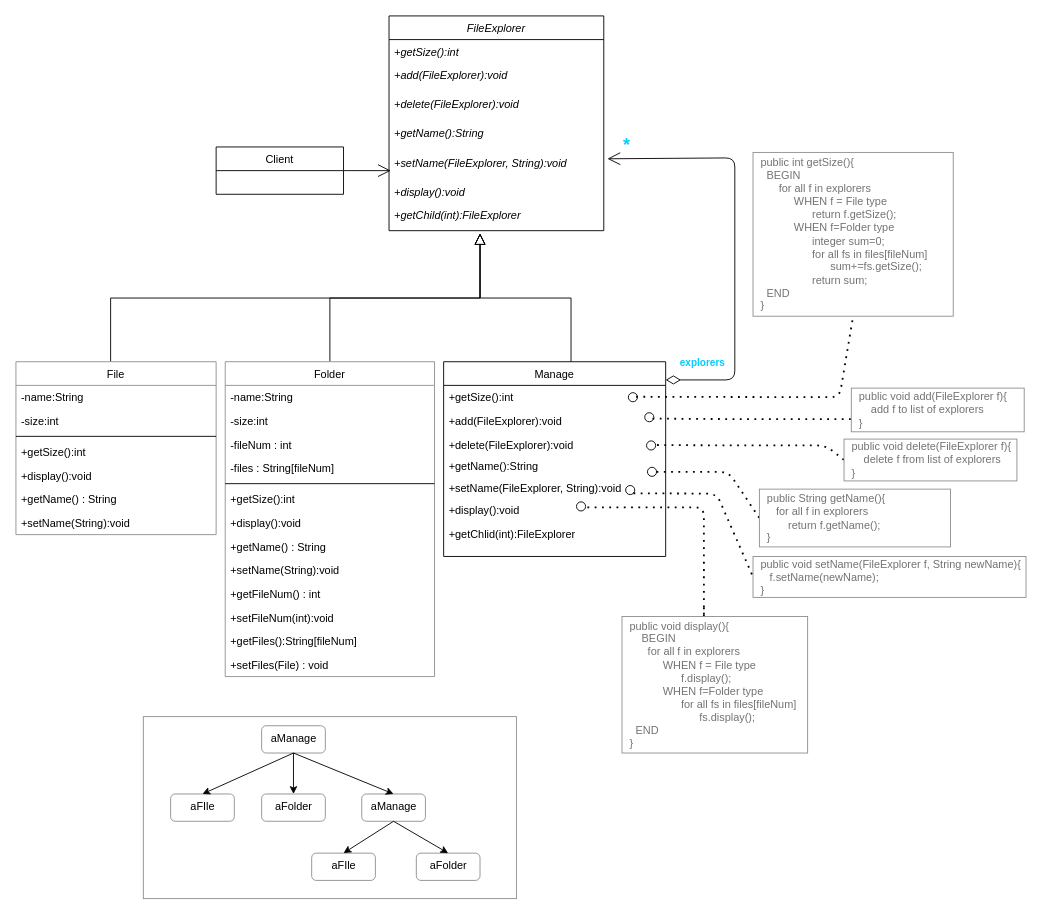
tlfzgjadyd/SoftwareAnalysisDesign keeps this draw.io diagram as CompositePattern.drawio. Above is the earlier version. Source tidied: cells renumbered, new cells numbered last; positions are measured from the earlier drawing's top-left corner, leaving out a move shared by most shapes. Both pictures are drawn from the tidied source at 91%, with x=0, y=0 at pixel (15, 15).
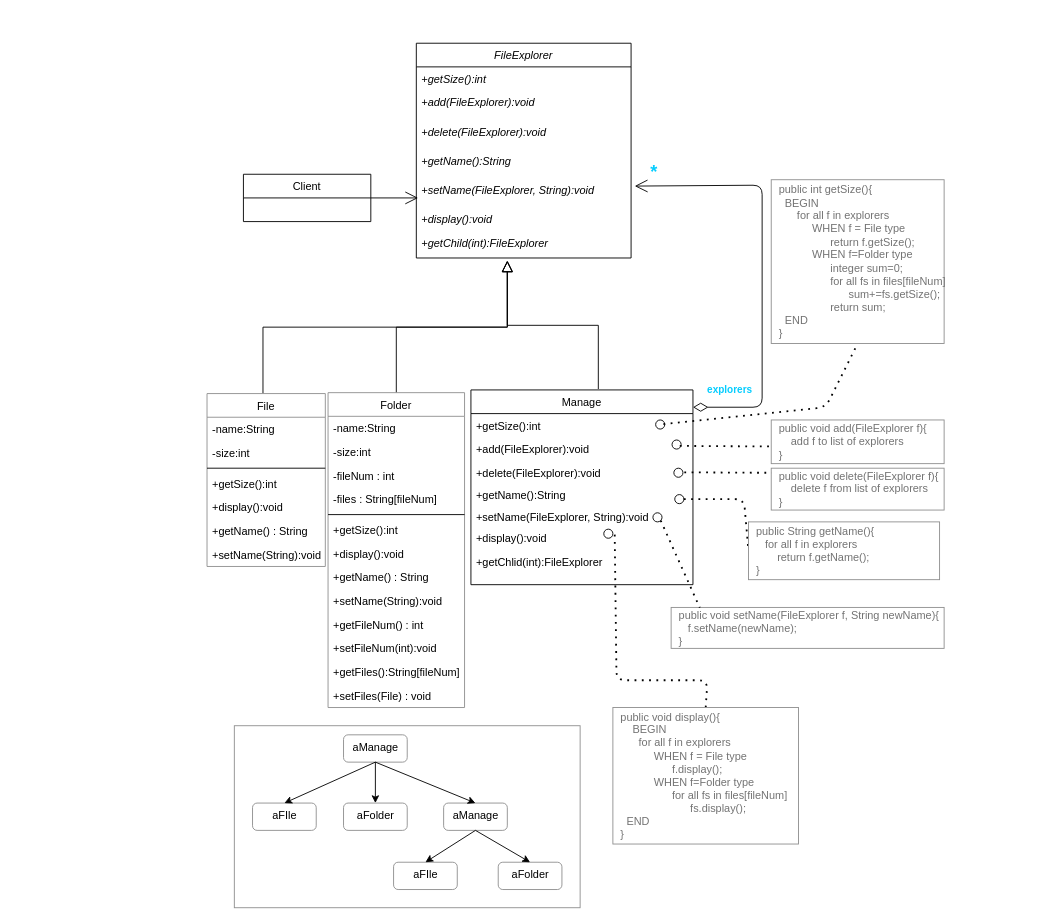
Above is the later version.

Unchanged cells that the change refers to:
```xml
<mxCell id="10" value="+setName(FileExplorer, String):void" style="text;strokeColor=none;fillColor=none;align=left;verticalAlign=top;spacingLeft=4;spacingRight=4;overflow=hidden;points=[[0,0.5],[1,0.5]];portConstraint=eastwest;fontStyle=2;" parent="5" vertex="1">
  <mxGeometry y="148" width="236" height="32" as="geometry" />
</mxCell>
```

What changed in the source:
```diff
@@
     <mxCell id="2" style="endArrow=block;endSize=10;endFill=0;shadow=0;strokeWidth=1;rounded=0;edgeStyle=elbowEdgeStyle;elbow=vertical;" parent="1" edge="1" source="37">
       <mxGeometry relative="1" as="geometry">
-        <mxPoint x="510" y="239" as="targetPoint" />
+        <mxPoint x="540" y="269" as="targetPoint" />
       </mxGeometry>
     </mxCell>
     <mxCell id="3" style="endArrow=block;endSize=10;endFill=0;shadow=0;strokeWidth=1;rounded=0;edgeStyle=elbowEdgeStyle;elbow=vertical;" parent="1" edge="1">
       <mxGeometry relative="1" as="geometry">
-        <mxPoint x="610" y="380" as="sourcePoint" />
-        <mxPoint x="510" y="239" as="targetPoint" />
+        <mxPoint x="640" y="410" as="sourcePoint" />
+        <mxPoint x="540" y="269" as="targetPoint" />
       </mxGeometry>
     </mxCell>
     <mxCell id="4" value="Client" style="swimlane;fontStyle=0;horizontal=1;startSize=26;fillColor=none;" parent="1" vertex="1">
-      <mxGeometry x="220" y="144" width="140" height="52" as="geometry" />
+      <mxGeometry x="250" y="174" width="140" height="52" as="geometry" />
     </mxCell>
     <mxCell id="5" value="FileExplorer" style="swimlane;fontStyle=2;horizontal=1;startSize=26;fillColor=none;" parent="1" vertex="1">
-      <mxGeometry x="410" width="236" height="236" as="geometry" />
+      <mxGeometry x="440" y="30" width="236" height="236" as="geometry" />
     </mxCell>
@@
     <mxCell id="13" style="endArrow=open;endFill=1;endSize=12;html=1;exitX=1;exitY=0.5;exitDx=0;exitDy=0;" parent="1" edge="1" source="4">
       <mxGeometry relative="1" as="geometry">
-        <mxPoint x="412" y="170" as="targetPoint" />
+        <mxPoint x="442" y="200" as="targetPoint" />
       </mxGeometry>
     </mxCell>
     <mxCell id="14" value="Manage" style="swimlane;fontStyle=0;horizontal=1;startSize=26;fillColor=none;" parent="1" vertex="1">
-      <mxGeometry x="470" y="380" width="244" height="214" as="geometry" />
+      <mxGeometry x="500" y="411" width="244" height="214" as="geometry" />
     </mxCell>
@@
     <mxCell id="22" value="&lt;font color=&quot;#05cdff&quot;&gt;&lt;b&gt;explorers&lt;/b&gt;&lt;/font&gt;" style="endArrow=open;html=1;endSize=12;startArrow=diamondThin;startSize=14;startFill=0;edgeStyle=orthogonalEdgeStyle;align=left;verticalAlign=bottom;entryX=1.017;entryY=0.281;entryDx=0;entryDy=0;entryPerimeter=0;" parent="1" edge="1" target="10">
       <mxGeometry x="-0.94" y="10" relative="1" as="geometry">
-        <mxPoint x="714" y="400" as="sourcePoint" />
+        <mxPoint x="744" y="430" as="sourcePoint" />
         <Array as="points">
-          <mxPoint x="790" y="400" />
-          <mxPoint x="790" y="156" />
+          <mxPoint x="820" y="430" />
+          <mxPoint x="820" y="186" />
         </Array>
       </mxGeometry>
     </mxCell>
@@
     <mxCell id="24" style="ellipse;fillColor=#ffffff;strokeColor=#000000;" parent="1" vertex="1">
-      <mxGeometry x="673" y="414" width="10" height="10" as="geometry" />
+      <mxGeometry x="703" y="444" width="10" height="10" as="geometry" />
     </mxCell>
     <mxCell id="25" style="endArrow=none;dashed=1;html=1;dashPattern=1 3;strokeWidth=2;exitX=1;exitY=1;exitDx=0;exitDy=0;entryX=0.5;entryY=1;entryDx=0;entryDy=0;" parent="1" edge="1" target="26">
       <mxGeometry relative="1" as="geometry">
-        <mxPoint x="681.5" y="418.5" as="sourcePoint" />
+        <mxPoint x="711.5" y="448.5" as="sourcePoint" />
         <Array as="points">
-          <mxPoint x="905" y="419" />
+          <mxPoint x="890" y="430" />
         </Array>
       </mxGeometry>
     </mxCell>
     <mxCell id="26" value="&lt;font color=&quot;#737373&quot;&gt;&amp;nbsp; public int getSize(){&lt;br&gt;&amp;nbsp; &amp;nbsp; BEGIN&lt;br&gt;&amp;nbsp; &amp;nbsp; &amp;nbsp; &amp;nbsp;&amp;nbsp;&lt;/font&gt;&lt;span style=&quot;color: rgb(115 , 115 , 115)&quot;&gt;for all f in explorers&lt;/span&gt;&lt;font color=&quot;#737373&quot;&gt;&lt;br&gt;&amp;nbsp; &amp;nbsp; &amp;nbsp; &amp;nbsp; &amp;nbsp; &amp;nbsp; &amp;nbsp;WHEN f = File type&lt;br&gt;&amp;nbsp; &amp;nbsp; &amp;nbsp; &amp;nbsp; &amp;nbsp; &amp;nbsp; &amp;nbsp; &amp;nbsp; &amp;nbsp; &amp;nbsp;return f.getSize();&lt;br&gt;&amp;nbsp; &amp;nbsp; &amp;nbsp; &amp;nbsp; &amp;nbsp; &amp;nbsp; &amp;nbsp;WHEN f=Folder type&lt;br&gt;&amp;nbsp; &amp;nbsp; &amp;nbsp; &amp;nbsp; &amp;nbsp; &amp;nbsp; &amp;nbsp; &amp;nbsp; &amp;nbsp; &amp;nbsp;integer sum=0;&amp;nbsp;&lt;br&gt;&amp;nbsp; &amp;nbsp; &amp;nbsp; &amp;nbsp; &amp;nbsp; &amp;nbsp; &amp;nbsp; &amp;nbsp; &amp;nbsp; &amp;nbsp;for all fs in files[fileNum]&lt;br&gt;&amp;nbsp; &amp;nbsp; &amp;nbsp; &amp;nbsp; &amp;nbsp; &amp;nbsp; &amp;nbsp; &amp;nbsp; &amp;nbsp; &amp;nbsp; &amp;nbsp; &amp;nbsp; &amp;nbsp;sum+=fs.getSize();&lt;br&gt;&amp;nbsp; &amp;nbsp; &amp;nbsp; &amp;nbsp; &amp;nbsp; &amp;nbsp; &amp;nbsp; &amp;nbsp; &amp;nbsp; &amp;nbsp;return sum;&lt;br&gt;&amp;nbsp; &amp;nbsp; END&lt;br&gt;&amp;nbsp; }&lt;/font&gt;" style="html=1;align=left;strokeColor=#8F8F8F;" parent="1" vertex="1">
-      <mxGeometry x="810" y="150" width="220" height="180" as="geometry" />
+      <mxGeometry x="830" y="180" width="190" height="180" as="geometry" />
     </mxCell>
     <mxCell id="27" style="endArrow=block;endSize=10;endFill=0;shadow=0;strokeWidth=1;rounded=0;edgeStyle=elbowEdgeStyle;elbow=vertical;exitX=0.473;exitY=0;exitDx=0;exitDy=0;exitPerimeter=0;" parent="1" edge="1" source="29">
       <mxGeometry relative="1" as="geometry">
-        <mxPoint x="510" y="239" as="targetPoint" />
+        <mxPoint x="540" y="269" as="targetPoint" />
       </mxGeometry>
     </mxCell>
     <mxCell id="28" style="html=1;strokeColor=#8F8F8F;fontSize=20;fontColor=#05CDFF;" parent="1" vertex="1">
-      <mxGeometry x="140" y="770" width="410" height="200" as="geometry" />
+      <mxGeometry x="240" y="780" width="380" height="200" as="geometry" />
     </mxCell>
     <mxCell id="29" value="File" style="swimlane;fontStyle=0;align=center;verticalAlign=top;horizontal=1;startSize=26;strokeColor=#8F8F8F;fontSize=12;" parent="1" vertex="1">
-      <mxGeometry y="380" width="220" height="190" as="geometry" />
+      <mxGeometry x="210" y="415" width="130" height="190" as="geometry" />
     </mxCell>
     <mxCell id="30" value="-name:String" style="text;strokeColor=none;fillColor=none;align=left;verticalAlign=top;spacingLeft=4;spacingRight=4;overflow=hidden;" parent="29" vertex="1">
-      <mxGeometry y="26" width="220" height="26" as="geometry" />
+      <mxGeometry y="26" width="130" height="26" as="geometry" />
     </mxCell>
     <mxCell id="31" value="-size:int" style="text;strokeColor=none;fillColor=none;align=left;verticalAlign=top;spacingLeft=4;spacingRight=4;overflow=hidden;" parent="29" vertex="1">
-      <mxGeometry y="52" width="220" height="26" as="geometry" />
+      <mxGeometry y="52" width="130" height="26" as="geometry" />
     </mxCell>
     <mxCell id="32" style="line;strokeWidth=1;fillColor=none;align=left;verticalAlign=middle;spacingTop=-1;spacingLeft=3;spacingRight=3;labelPosition=right;" parent="29" vertex="1">
-      <mxGeometry y="78" width="220" height="8" as="geometry" />
+      <mxGeometry y="78" width="130" height="8" as="geometry" />
     </mxCell>
     <mxCell id="33" value="+getSize():int" style="text;strokeColor=none;fillColor=none;align=left;verticalAlign=top;spacingLeft=4;spacingRight=4;overflow=hidden;" parent="29" vertex="1">
-      <mxGeometry y="86" width="220" height="26" as="geometry" />
+      <mxGeometry y="86" width="130" height="26" as="geometry" />
     </mxCell>
     <mxCell id="34" value="+display():void" style="text;strokeColor=none;fillColor=none;align=left;verticalAlign=top;spacingLeft=4;spacingRight=4;overflow=hidden;" parent="29" vertex="1">
-      <mxGeometry y="112" width="220" height="26" as="geometry" />
+      <mxGeometry y="112" width="130" height="26" as="geometry" />
     </mxCell>
     <mxCell id="35" value="+getName() : String" style="text;strokeColor=none;fillColor=none;align=left;verticalAlign=top;spacingLeft=4;spacingRight=4;overflow=hidden;" parent="29" vertex="1">
-      <mxGeometry y="138" width="220" height="26" as="geometry" />
+      <mxGeometry y="138" width="130" height="26" as="geometry" />
     </mxCell>
     <mxCell id="36" value="+setName(String):void" style="text;strokeColor=none;fillColor=none;align=left;verticalAlign=top;spacingLeft=4;spacingRight=4;overflow=hidden;" parent="29" vertex="1">
-      <mxGeometry y="164" width="220" height="26" as="geometry" />
+      <mxGeometry y="164" width="130" height="26" as="geometry" />
     </mxCell>
     <mxCell id="37" value="Folder" style="swimlane;fontStyle=0;align=center;verticalAlign=top;horizontal=1;startSize=26;strokeColor=#8F8F8F;fontSize=12;" parent="1" vertex="1">
-      <mxGeometry x="230" y="380" width="230" height="346" as="geometry" />
+      <mxGeometry x="343" y="414" width="150" height="346" as="geometry" />
     </mxCell>
     <mxCell id="38" value="-name:String" style="text;strokeColor=none;fillColor=none;align=left;verticalAlign=top;spacingLeft=4;spacingRight=4;overflow=hidden;" parent="37" vertex="1">
-      <mxGeometry y="26" width="230" height="26" as="geometry" />
+      <mxGeometry y="26" width="150" height="26" as="geometry" />
     </mxCell>
     <mxCell id="39" value="-size:int" style="text;strokeColor=none;fillColor=none;align=left;verticalAlign=top;spacingLeft=4;spacingRight=4;overflow=hidden;" parent="37" vertex="1">
-      <mxGeometry y="52" width="230" height="26" as="geometry" />
+      <mxGeometry y="52" width="150" height="26" as="geometry" />
     </mxCell>
     <mxCell id="40" value="-fileNum : int" style="text;strokeColor=none;fillColor=none;align=left;verticalAlign=top;spacingLeft=4;spacingRight=4;overflow=hidden;" parent="37" vertex="1">
-      <mxGeometry y="78" width="230" height="26" as="geometry" />
+      <mxGeometry y="78" width="150" height="26" as="geometry" />
     </mxCell>
     <mxCell id="41" value="-files : String[fileNum]" style="text;strokeColor=none;fillColor=none;align=left;verticalAlign=top;spacingLeft=4;spacingRight=4;overflow=hidden;" parent="37" vertex="1">
-      <mxGeometry y="104" width="230" height="26" as="geometry" />
+      <mxGeometry y="104" width="150" height="26" as="geometry" />
     </mxCell>
     <mxCell id="42" style="line;strokeWidth=1;fillColor=none;align=left;verticalAlign=middle;spacingTop=-1;spacingLeft=3;spacingRight=3;labelPosition=right;" parent="37" vertex="1">
-      <mxGeometry y="130" width="230" height="8" as="geometry" />
+      <mxGeometry y="130" width="150" height="8" as="geometry" />
     </mxCell>
     <mxCell id="43" value="+getSize():int" style="text;strokeColor=none;fillColor=none;align=left;verticalAlign=top;spacingLeft=4;spacingRight=4;overflow=hidden;" parent="37" vertex="1">
-      <mxGeometry y="138" width="230" height="26" as="geometry" />
+      <mxGeometry y="138" width="150" height="26" as="geometry" />
     </mxCell>
     <mxCell id="44" value="+display():void" style="text;strokeColor=none;fillColor=none;align=left;verticalAlign=top;spacingLeft=4;spacingRight=4;overflow=hidden;" parent="37" vertex="1">
-      <mxGeometry y="164" width="230" height="26" as="geometry" />
+      <mxGeometry y="164" width="150" height="26" as="geometry" />
     </mxCell>
     <mxCell id="45" value="+getName() : String" style="text;strokeColor=none;fillColor=none;align=left;verticalAlign=top;spacingLeft=4;spacingRight=4;overflow=hidden;" parent="37" vertex="1">
-      <mxGeometry y="190" width="230" height="26" as="geometry" />
+      <mxGeometry y="190" width="150" height="26" as="geometry" />
     </mxCell>
     <mxCell id="46" value="+setName(String):void" style="text;strokeColor=none;fillColor=none;align=left;verticalAlign=top;spacingLeft=4;spacingRight=4;overflow=hidden;" parent="37" vertex="1">
-      <mxGeometry y="216" width="230" height="26" as="geometry" />
+      <mxGeometry y="216" width="150" height="26" as="geometry" />
     </mxCell>
     <mxCell id="47" value="+getFileNum() : int" style="text;strokeColor=none;fillColor=none;align=left;verticalAlign=top;spacingLeft=4;spacingRight=4;overflow=hidden;" parent="37" vertex="1">
-      <mxGeometry y="242" width="230" height="26" as="geometry" />
+      <mxGeometry y="242" width="150" height="26" as="geometry" />
     </mxCell>
     <mxCell id="48" value="+setFileNum(int):void" style="text;strokeColor=none;fillColor=none;align=left;verticalAlign=top;spacingLeft=4;spacingRight=4;overflow=hidden;" parent="37" vertex="1">
-      <mxGeometry y="268" width="230" height="26" as="geometry" />
+      <mxGeometry y="268" width="150" height="26" as="geometry" />
     </mxCell>
     <mxCell id="49" value="+getFiles():String[fileNum]" style="text;strokeColor=none;fillColor=none;align=left;verticalAlign=top;spacingLeft=4;spacingRight=4;overflow=hidden;" parent="37" vertex="1">
-      <mxGeometry y="294" width="230" height="26" as="geometry" />
+      <mxGeometry y="294" width="150" height="26" as="geometry" />
     </mxCell>
     <mxCell id="50" value="+setFiles(File) : void" style="text;strokeColor=none;fillColor=none;align=left;verticalAlign=top;spacingLeft=4;spacingRight=4;overflow=hidden;" parent="37" vertex="1">
-      <mxGeometry y="320" width="230" height="26" as="geometry" />
+      <mxGeometry y="320" width="150" height="26" as="geometry" />
     </mxCell>
     <mxCell id="51" style="ellipse;fillColor=#ffffff;strokeColor=#000000;" parent="1" vertex="1">
-      <mxGeometry x="691" y="436" width="10" height="10" as="geometry" />
+      <mxGeometry x="721" y="466" width="10" height="10" as="geometry" />
     </mxCell>
     <mxCell id="52" style="endArrow=none;dashed=1;html=1;dashPattern=1 3;strokeWidth=2;exitX=1;exitY=1;exitDx=0;exitDy=0;entryX=0;entryY=0.5;entryDx=0;entryDy=0;" parent="1" edge="1" target="53">
       <mxGeometry relative="1" as="geometry">
-        <mxPoint x="699.5" y="442.5" as="sourcePoint" />
+        <mxPoint x="729.5" y="472.5" as="sourcePoint" />
         <Array as="points">
-          <mxPoint x="778" y="443" />
-          <mxPoint x="934" y="443" />
+          <mxPoint x="808" y="473" />
+          <mxPoint x="964" y="473" />
         </Array>
       </mxGeometry>
     </mxCell>
     <mxCell id="53" value="&lt;font color=&quot;#737373&quot;&gt;&amp;nbsp; public void add(FileExplorer f){&lt;br&gt;&amp;nbsp; &amp;nbsp; &amp;nbsp; add f to list of explorers&lt;br&gt;&amp;nbsp; }&lt;/font&gt;" style="html=1;align=left;strokeColor=#8F8F8F;" parent="1" vertex="1">
-      <mxGeometry x="918" y="409" width="190" height="48" as="geometry" />
+      <mxGeometry x="830" y="444" width="190" height="48" as="geometry" />
     </mxCell>
     <mxCell id="54" style="ellipse;fillColor=#ffffff;strokeColor=#000000;" parent="1" vertex="1">
-      <mxGeometry x="693" y="467" width="10" height="10" as="geometry" />
+      <mxGeometry x="723" y="497" width="10" height="10" as="geometry" />
     </mxCell>
     <mxCell id="55" style="endArrow=none;dashed=1;html=1;dashPattern=1 3;strokeWidth=2;exitX=1;exitY=1;exitDx=0;exitDy=0;entryX=0;entryY=0.5;entryDx=0;entryDy=0;" parent="1" edge="1" target="56">
       <mxGeometry relative="1" as="geometry">
-        <mxPoint x="704.5" y="471.5" as="sourcePoint" />
+        <mxPoint x="734.5" y="501.5" as="sourcePoint" />
         <Array as="points">
-          <mxPoint x="783" y="472" />
-          <mxPoint x="890" y="472" />
+          <mxPoint x="813" y="502" />
+          <mxPoint x="920" y="502" />
         </Array>
       </mxGeometry>
     </mxCell>
     <mxCell id="56" value="&lt;font color=&quot;#737373&quot;&gt;&amp;nbsp; public void delete(&lt;/font&gt;&lt;span style=&quot;color: rgb(115 , 115 , 115)&quot;&gt;FileExplorer&lt;/span&gt;&lt;font color=&quot;#737373&quot;&gt;&amp;nbsp;f){&lt;br&gt;&amp;nbsp; &amp;nbsp; &amp;nbsp; delete f from list of explorers&lt;br&gt;&amp;nbsp; }&lt;/font&gt;" style="html=1;align=left;strokeColor=#8F8F8F;" parent="1" vertex="1">
-      <mxGeometry x="910" y="465" width="190" height="46" as="geometry" />
+      <mxGeometry x="830" y="497" width="190" height="46" as="geometry" />
     </mxCell>
     <mxCell id="57" style="ellipse;fillColor=#ffffff;strokeColor=#000000;" parent="1" vertex="1">
-      <mxGeometry x="694" y="496" width="10" height="10" as="geometry" />
+      <mxGeometry x="724" y="526" width="10" height="10" as="geometry" />
     </mxCell>
     <mxCell id="58" style="endArrow=none;dashed=1;html=1;dashPattern=1 3;strokeWidth=2;exitX=1;exitY=0.5;exitDx=0;exitDy=0;entryX=0;entryY=0.5;entryDx=0;entryDy=0;" parent="1" edge="1" source="57" target="64">
       <mxGeometry relative="1" as="geometry">
         <Array as="points">
-          <mxPoint x="783" y="501" />
+          <mxPoint x="800" y="531" />
         </Array>
       </mxGeometry>
     </mxCell>
     <mxCell id="59" value="&lt;font color=&quot;#737373&quot;&gt;&amp;nbsp; public void setName(FileExplorer f,&amp;nbsp;&lt;/font&gt;&lt;font color=&quot;#737373&quot;&gt;String newName){&lt;br&gt;&amp;nbsp; &amp;nbsp; &amp;nbsp;f.setName(newName);&lt;br&gt;&amp;nbsp; }&lt;/font&gt;" style="html=1;align=left;strokeColor=#8F8F8F;" parent="1" vertex="1">
-      <mxGeometry x="810" y="594" width="300" height="45" as="geometry" />
+      <mxGeometry x="720" y="650" width="300" height="45" as="geometry" />
     </mxCell>
     <mxCell id="60" style="ellipse;fillColor=#ffffff;strokeColor=#000000;" parent="1" vertex="1">
-      <mxGeometry x="670" y="516" width="10" height="10" as="geometry" />
+      <mxGeometry x="700" y="546" width="10" height="10" as="geometry" />
     </mxCell>
-    <mxCell id="61" style="endArrow=none;dashed=1;html=1;dashPattern=1 3;strokeWidth=2;" parent="1" edge="1">
+    <mxCell id="61" style="endArrow=none;dashed=1;html=1;dashPattern=1 3;strokeWidth=2;entryX=0.5;entryY=0;entryDx=0;entryDy=0;" parent="1" edge="1" target="62">
       <mxGeometry relative="1" as="geometry">
-        <mxPoint x="628" y="540" as="sourcePoint" />
-        <mxPoint x="756" y="648" as="targetPoint" />
+        <mxPoint x="658" y="570" as="sourcePoint" />
         <Array as="points">
-          <mxPoint x="756" y="540" />
-          <mxPoint x="756" y="648" />
-          <mxPoint x="756" y="670" />
+          <mxPoint x="660" y="730" />
+          <mxPoint x="760" y="730" />
         </Array>
       </mxGeometry>
     </mxCell>
     <mxCell id="62" value="&lt;font color=&quot;#737373&quot;&gt;&amp;nbsp; public void display(){&amp;nbsp;&lt;br&gt;&amp;nbsp; &amp;nbsp;&lt;/font&gt;&lt;font color=&quot;#737373&quot;&gt;&amp;nbsp;&amp;nbsp; BEGIN&lt;br&gt;&amp;nbsp; &amp;nbsp; &amp;nbsp; &amp;nbsp;&amp;nbsp;&lt;/font&gt;&lt;span style=&quot;color: rgb(115 , 115 , 115)&quot;&gt;for all f in explorers&lt;/span&gt;&lt;font color=&quot;#737373&quot;&gt;&lt;br&gt;&amp;nbsp; &amp;nbsp; &amp;nbsp; &amp;nbsp; &amp;nbsp; &amp;nbsp; &amp;nbsp;WHEN f = File type&lt;br&gt;&amp;nbsp; &amp;nbsp; &amp;nbsp; &amp;nbsp; &amp;nbsp; &amp;nbsp; &amp;nbsp; &amp;nbsp; &amp;nbsp; &amp;nbsp;f.display();&lt;br&gt;&amp;nbsp; &amp;nbsp; &amp;nbsp; &amp;nbsp; &amp;nbsp; &amp;nbsp; &amp;nbsp;WHEN f=Folder type&amp;nbsp;&lt;br&gt;&amp;nbsp; &amp;nbsp; &amp;nbsp; &amp;nbsp; &amp;nbsp; &amp;nbsp; &amp;nbsp; &amp;nbsp; &amp;nbsp; &amp;nbsp;for all fs in files[fileNum]&lt;br&gt;&amp;nbsp; &amp;nbsp; &amp;nbsp; &amp;nbsp; &amp;nbsp; &amp;nbsp; &amp;nbsp; &amp;nbsp; &amp;nbsp; &amp;nbsp; &amp;nbsp; &amp;nbsp; &amp;nbsp;fs.display();&lt;br&gt;&amp;nbsp; &amp;nbsp; END&lt;br&gt;&lt;/font&gt;&lt;font color=&quot;#737373&quot;&gt;&amp;nbsp; }&lt;/font&gt;" style="html=1;align=left;strokeColor=#8F8F8F;" parent="1" vertex="1">
-      <mxGeometry x="666" y="660" width="204" height="150" as="geometry" />
+      <mxGeometry x="656" y="760" width="204" height="150" as="geometry" />
     </mxCell>
     <mxCell id="63" style="ellipse;fillColor=#ffffff;strokeColor=#000000;" parent="1" vertex="1">
-      <mxGeometry x="616" y="534" width="10" height="10" as="geometry" />
+      <mxGeometry x="646" y="564" width="10" height="10" as="geometry" />
     </mxCell>
     <mxCell id="64" value="&lt;font color=&quot;#737373&quot;&gt;&amp;nbsp; public String getName(){&lt;br&gt;&amp;nbsp; &amp;nbsp; &amp;nbsp;for all f in explorers&lt;br&gt;&amp;nbsp; &amp;nbsp; &amp;nbsp; &amp;nbsp; &amp;nbsp;return f.getName();&lt;br&gt;&amp;nbsp; }&lt;/font&gt;" style="html=1;align=left;strokeColor=#8F8F8F;" parent="1" vertex="1">
-      <mxGeometry x="817" y="520" width="210" height="63.5" as="geometry" />
+      <mxGeometry x="805" y="556" width="210" height="63.5" as="geometry" />
     </mxCell>
-    <mxCell id="65" style="endArrow=none;dashed=1;html=1;dashPattern=1 3;strokeWidth=2;entryX=0;entryY=0.5;entryDx=0;entryDy=0;exitX=1;exitY=1;exitDx=0;exitDy=0;" parent="1" edge="1" source="60" target="59">
-      <mxGeometry relative="1" as="geometry">
-        <Array as="points">
-          <mxPoint x="770" y="525" />
-        </Array>
-      </mxGeometry>
+    <mxCell id="65" style="endArrow=none;dashed=1;html=1;dashPattern=1 3;strokeWidth=2;entryX=0.105;entryY=0.006;entryDx=0;entryDy=0;exitX=1;exitY=1;exitDx=0;exitDy=0;entryPerimeter=0;" parent="1" edge="1" source="60" target="59">
+      <mxGeometry relative="1" as="geometry" />
     </mxCell>
     <mxCell id="66" value="aManage" style="html=1;align=center;verticalAlign=top;rounded=1;absoluteArcSize=1;arcSize=10;dashed=0;strokeColor=#8F8F8F;fontSize=12;fontColor=#000000;" parent="1" vertex="1">
-      <mxGeometry x="270" y="780" width="70" height="30" as="geometry" />
+      <mxGeometry x="360" y="790" width="70" height="30" as="geometry" />
     </mxCell>
     <mxCell id="67" value="aFIle" style="html=1;align=center;verticalAlign=top;rounded=1;absoluteArcSize=1;arcSize=10;dashed=0;strokeColor=#8F8F8F;fontSize=12;fontColor=#000000;" parent="1" vertex="1">
-      <mxGeometry x="170" y="855" width="70" height="30" as="geometry" />
+      <mxGeometry x="260" y="865" width="70" height="30" as="geometry" />
     </mxCell>
     <mxCell id="68" value="aFolder" style="html=1;align=center;verticalAlign=top;rounded=1;absoluteArcSize=1;arcSize=10;dashed=0;strokeColor=#8F8F8F;fontSize=12;fontColor=#000000;" parent="1" vertex="1">
-      <mxGeometry x="270" y="855" width="70" height="30" as="geometry" />
+      <mxGeometry x="360" y="865" width="70" height="30" as="geometry" />
     </mxCell>
     <mxCell id="69" value="aManage" style="html=1;align=center;verticalAlign=top;rounded=1;absoluteArcSize=1;arcSize=10;dashed=0;strokeColor=#8F8F8F;fontSize=12;fontColor=#000000;" parent="1" vertex="1">
-      <mxGeometry x="380" y="855" width="70" height="30" as="geometry" />
+      <mxGeometry x="470" y="865" width="70" height="30" as="geometry" />
     </mxCell>
     <mxCell id="70" value="aFIle" style="html=1;align=center;verticalAlign=top;rounded=1;absoluteArcSize=1;arcSize=10;dashed=0;strokeColor=#8F8F8F;fontSize=12;fontColor=#000000;" parent="1" vertex="1">
-      <mxGeometry x="325" y="920" width="70" height="30" as="geometry" />
+      <mxGeometry x="415" y="930" width="70" height="30" as="geometry" />
     </mxCell>
     <mxCell id="71" value="aFolder" style="html=1;align=center;verticalAlign=top;rounded=1;absoluteArcSize=1;arcSize=10;dashed=0;strokeColor=#8F8F8F;fontSize=12;fontColor=#000000;" parent="1" vertex="1">
-      <mxGeometry x="440" y="920" width="70" height="30" as="geometry" />
+      <mxGeometry x="530" y="930" width="70" height="30" as="geometry" />
     </mxCell>
```
